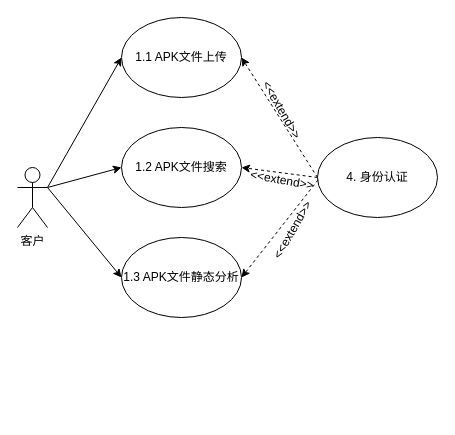
Above: 需求分析2.drawio in sunray42/diagrams (draw.io), before the change. Source tidied: cells renumbered, new cells numbered last; positions are measured from the earlier drawing's top-left corner, leaving out a move shared by most shapes. Both pictures are drawn from the tidied source at 100%, with x=0, y=0 at pixel (17, 17).
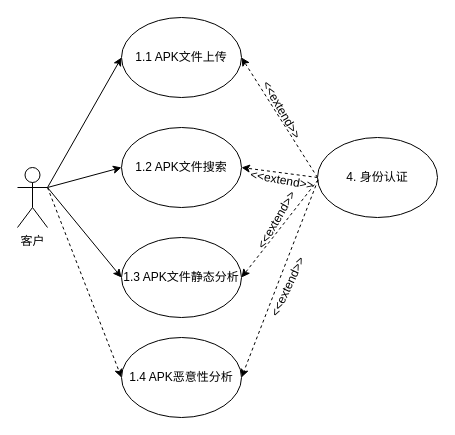
The same page after the edit.

Commit message (it also covers changes not shown here):
更新需求分析2.drawio

The edit, as a diff of the source:
```diff
@@
 <mxGraphModel>
   <root>
     <mxCell id="0" />
     <mxCell id="1" parent="0" />
     <mxCell id="2" style="rounded=0;jettySize=auto;html=1;exitX=1;exitY=0.3333333333333333;exitDx=0;exitDy=0;exitPerimeter=0;entryX=0;entryY=0.5;entryDx=0;entryDy=0;" parent="1" edge="1" source="5" target="6">
       <mxGeometry relative="1" as="geometry" />
     </mxCell>
     <mxCell id="3" style="rounded=0;jettySize=auto;html=1;exitX=1;exitY=0.3333333333333333;exitDx=0;exitDy=0;exitPerimeter=0;entryX=0;entryY=0.5;entryDx=0;entryDy=0;" parent="1" edge="1" source="5" target="7">
       <mxGeometry relative="1" as="geometry" />
     </mxCell>
     <mxCell id="4" style="rounded=0;jettySize=auto;html=1;exitX=1;exitY=0.3333333333333333;exitDx=0;exitDy=0;exitPerimeter=0;entryX=0;entryY=0.5;entryDx=0;entryDy=0;" parent="1" edge="1" source="5" target="14">
       <mxGeometry relative="1" as="geometry" />
     </mxCell>
+    <mxCell id="16" style="rounded=0;jettySize=auto;html=1;exitX=1;exitY=0.3333333333333333;exitDx=0;exitDy=0;exitPerimeter=0;entryX=0;entryY=0.5;entryDx=0;entryDy=0;dashed=1;" parent="1" edge="1" source="5" target="18">
+      <mxGeometry relative="1" as="geometry" />
+    </mxCell>
     <mxCell id="5" value="客户" style="shape=umlActor;verticalLabelPosition=bottom;verticalAlign=top;html=1;outlineConnect=0;" parent="1" vertex="1">
       <mxGeometry y="150" width="30" height="60" as="geometry" />
     </mxCell>
     <mxCell id="6" value="1.1 APK文件上传" style="ellipse;whiteSpace=wrap;html=1;" parent="1" vertex="1">
       <mxGeometry x="104" width="120" height="80" as="geometry" />
     </mxCell>
     <mxCell id="7" value="1.2 APK文件搜索" style="ellipse;whiteSpace=wrap;html=1;" parent="1" vertex="1">
       <mxGeometry x="104" y="110" width="120" height="80" as="geometry" />
     </mxCell>
     <mxCell id="8" style="rounded=0;jettySize=auto;html=1;exitX=0;exitY=0.5;exitDx=0;exitDy=0;entryX=1;entryY=0.5;entryDx=0;entryDy=0;dashed=1;" parent="1" edge="1" source="10" target="6">
       <mxGeometry relative="1" as="geometry" />
     </mxCell>
     <mxCell id="9" style="rounded=0;jettySize=auto;html=1;exitX=0;exitY=0.5;exitDx=0;exitDy=0;entryX=1;entryY=0.5;entryDx=0;entryDy=0;dashed=1;" parent="1" edge="1" source="10" target="7">
       <mxGeometry relative="1" as="geometry" />
     </mxCell>
     <mxCell id="10" value="4. 身份认证" style="ellipse;whiteSpace=wrap;html=1;" parent="1" vertex="1">
       <mxGeometry x="300" y="120" width="120" height="80" as="geometry" />
     </mxCell>
     <mxCell id="11" value="&amp;lt;&amp;lt;extend&amp;gt;&amp;gt;" style="text;html=1;strokeColor=none;fillColor=none;align=center;verticalAlign=middle;whiteSpace=wrap;rounded=0;rotation=60;" parent="1" vertex="1">
       <mxGeometry x="230" y="80" width="70" height="25" as="geometry" />
     </mxCell>
     <mxCell id="12" style="rounded=0;jettySize=auto;html=1;exitX=1;exitY=0.25;exitDx=0;exitDy=0;entryX=1;entryY=0.5;entryDx=0;entryDy=0;dashed=1;" parent="1" edge="1" source="13" target="14">
       <mxGeometry relative="1" as="geometry" />
     </mxCell>
+    <mxCell id="17" style="rounded=0;jettySize=auto;html=1;exitX=1;exitY=0.25;exitDx=0;exitDy=0;entryX=1;entryY=0.5;entryDx=0;entryDy=0;dashed=1;" parent="1" edge="1" source="13" target="18">
+      <mxGeometry relative="1" as="geometry" />
+    </mxCell>
     <mxCell id="13" value="&amp;lt;&amp;lt;extend&amp;gt;&amp;gt;" style="text;html=1;strokeColor=none;fillColor=none;align=center;verticalAlign=middle;whiteSpace=wrap;rounded=0;rotation=10;" parent="1" vertex="1">
       <mxGeometry x="230" y="150" width="70" height="25" as="geometry" />
     </mxCell>
     <mxCell id="14" value="1.3 APK文件静态分析" style="ellipse;whiteSpace=wrap;html=1;" parent="1" vertex="1">
       <mxGeometry x="104" y="220" width="120" height="80" as="geometry" />
     </mxCell>
     <mxCell id="15" value="&amp;lt;&amp;lt;extend&amp;gt;&amp;gt;" style="text;html=1;strokeColor=none;fillColor=none;align=center;verticalAlign=middle;whiteSpace=wrap;rounded=0;rotation=-60;" parent="1" vertex="1">
-      <mxGeometry x="240" y="200" width="70" height="25" as="geometry" />
+      <mxGeometry x="224" y="190" width="70" height="25" as="geometry" />
     </mxCell>
+    <mxCell id="18" value="1.4 APK恶意性分析" style="ellipse;whiteSpace=wrap;html=1;" parent="1" vertex="1">
+      <mxGeometry x="104" y="320" width="120" height="80" as="geometry" />
+    </mxCell>
+    <mxCell id="19" value="&amp;lt;&amp;lt;extend&amp;gt;&amp;gt;" style="text;html=1;strokeColor=none;fillColor=none;align=center;verticalAlign=middle;whiteSpace=wrap;rounded=0;rotation=-65;" parent="1" vertex="1">
+      <mxGeometry x="232.5" y="257.4" width="76" height="25" as="geometry" />
+    </mxCell>
   </root>
 </mxGraphModel>
```
